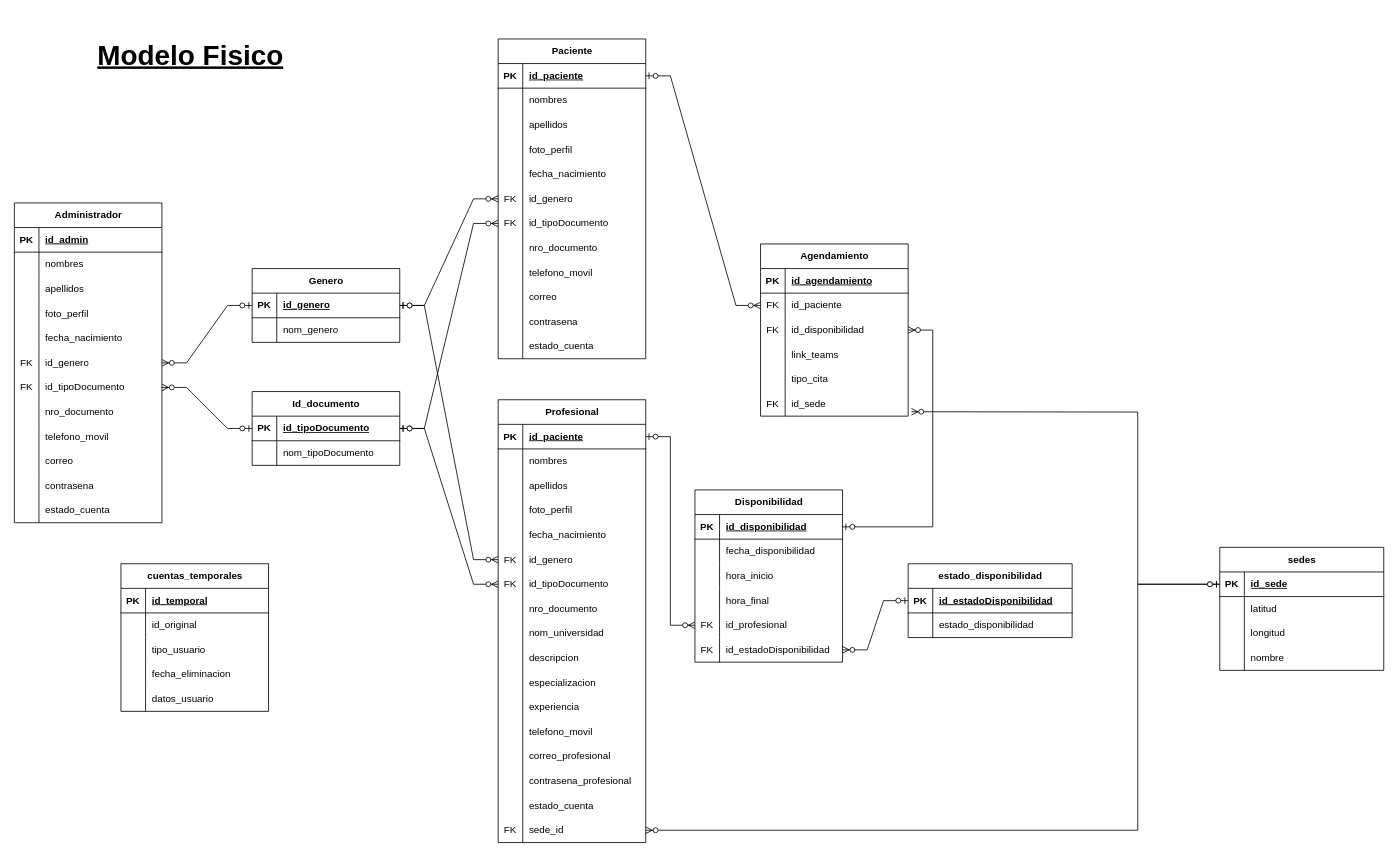
The draw.io diagram page "modelo_fisico" (3 of 3) of model.drawio in kevinlixx/kuhtone, before the edit. Source tidied: cells renumbered, new cells numbered last; positions are measured from the earlier drawing's top-left corner, leaving out a move shared by most shapes. Both pictures are drawn from the tidied source at 82%, with x=0, y=0 at pixel (14, 14).
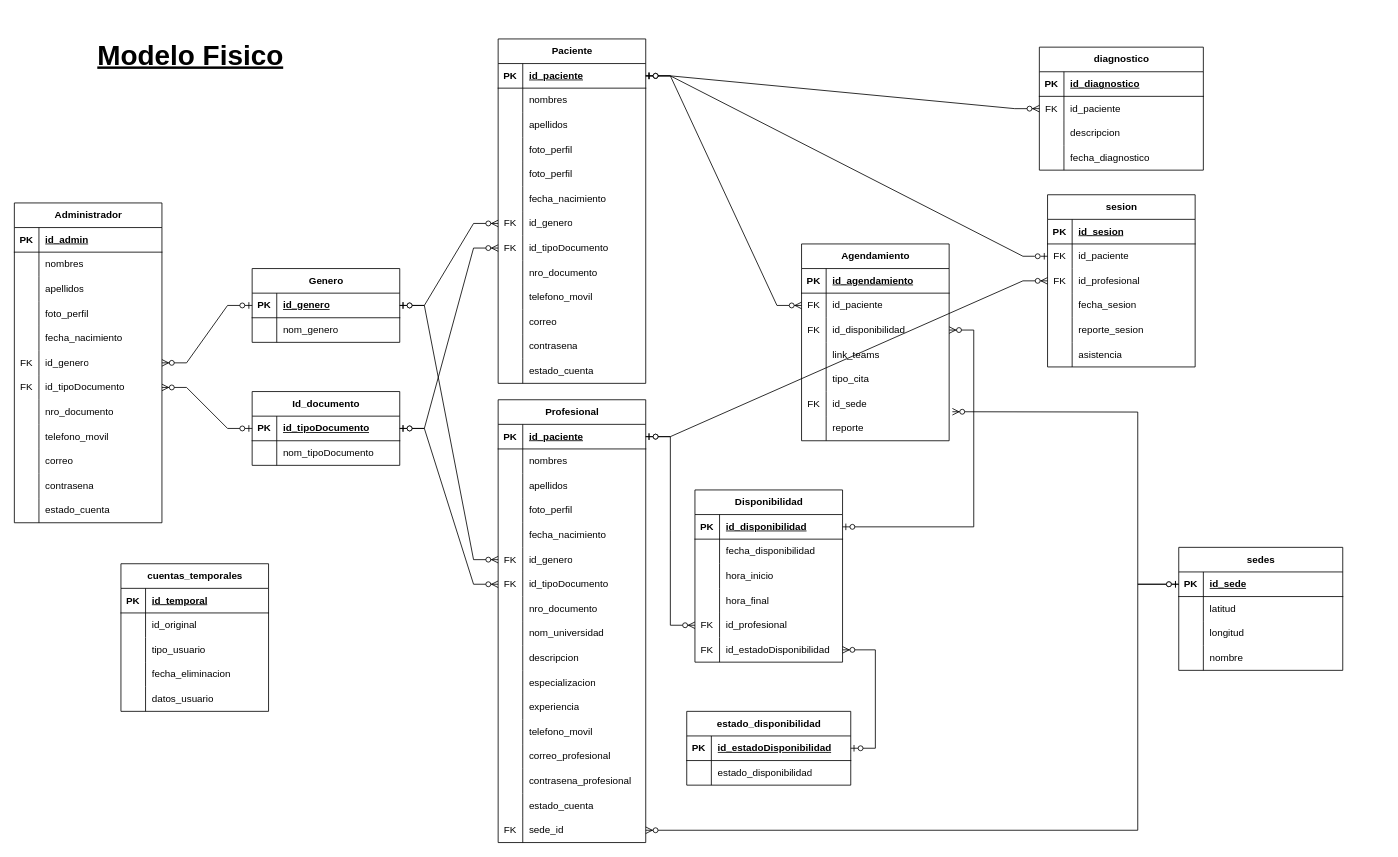
Above is the later version.

Commit message (it also covers changes not shown here):
Adición de tablas de sesion y diagnostico en modelos ademas de atributo reporte en tabla agendamiento

Unchanged cells that the change refers to:
```xml
<mxCell id="3" style="shape=tableRow;horizontal=0;startSize=0;swimlaneHead=0;swimlaneBody=0;fillColor=none;points=[[0,0.5],[1,0.5]];portConstraint=eastwest;top=0;left=0;right=0;bottom=1;" parent="2" vertex="1">
  <mxGeometry y="30" width="180" height="30" as="geometry" />
</mxCell>
<mxCell id="84" style="shape=tableRow;horizontal=0;startSize=0;swimlaneHead=0;swimlaneBody=0;fillColor=none;points=[[0,0.5],[1,0.5]];portConstraint=eastwest;top=0;left=0;right=0;bottom=0;" parent="68" vertex="1">
  <mxGeometry y="180" width="180" height="30" as="geometry" />
</mxCell>
<mxCell id="88" style="shape=tableRow;horizontal=0;startSize=0;swimlaneHead=0;swimlaneBody=0;fillColor=none;points=[[0,0.5],[1,0.5]];portConstraint=eastwest;top=0;left=0;right=0;bottom=1;" parent="87" vertex="1">
  <mxGeometry y="30" width="200" height="30" as="geometry" />
</mxCell>
<mxCell id="153" style="shape=tableRow;horizontal=0;startSize=0;swimlaneHead=0;swimlaneBody=0;fillColor=none;points=[[0,0.5],[1,0.5]];portConstraint=eastwest;top=0;left=0;right=0;bottom=1;" parent="152" vertex="1">
  <mxGeometry y="30" width="180" height="30" as="geometry" />
</mxCell>
```

Change to the diagram source:
```diff
@@
     <mxCell id="87" value="estado_disponibilidad" style="shape=table;startSize=30;childLayout=tableLayout;rowLines=0;fontStyle=1;align=center;html=1;" parent="1" vertex="1">
-      <mxGeometry x="1090" y="670" width="200" height="90" as="geometry" />
+      <mxGeometry x="820" y="850" width="200" height="90" as="geometry" />
     </mxCell>
@@
     <mxCell id="131" value="Agendamiento" style="shape=table;startSize=30;childLayout=tableLayout;rowLines=0;fontStyle=1;align=center;html=1;" parent="1" vertex="1">
-      <mxGeometry x="910" y="280" width="180" height="210" as="geometry" />
+      <mxGeometry x="960" y="280" width="180" height="240" as="geometry" />
     </mxCell>
@@
+    <mxCell id="231" style="shape=tableRow;horizontal=0;startSize=0;swimlaneHead=0;swimlaneBody=0;fillColor=none;top=0;left=0;right=0;bottom=0;" parent="131" vertex="1">
+      <mxGeometry y="210" width="180" height="30" as="geometry" />
+    </mxCell>
+    <mxCell id="232" style="shape=partialRectangle;fillColor=none;top=0;left=0;bottom=0;right=0;overflow=hidden;whiteSpace=wrap;html=1;" parent="231" vertex="1">
+      <mxGeometry width="30" height="30" as="geometry" />
+    </mxCell>
+    <mxCell id="233" value="reporte" style="shape=partialRectangle;fillColor=none;top=0;left=0;bottom=0;right=0;align=left;spacingLeft=6;overflow=hidden;whiteSpace=wrap;html=1;" parent="231" vertex="1">
+      <mxGeometry x="30" width="150" height="30" as="geometry" />
+    </mxCell>
@@
     <mxCell id="152" value="Paciente" style="shape=table;startSize=30;childLayout=tableLayout;rowLines=0;fontStyle=1;align=center;html=1;" parent="1" vertex="1">
-      <mxGeometry x="590" y="30" width="180" height="390" as="geometry" />
+      <mxGeometry x="590" y="30" width="180" height="420" as="geometry" />
     </mxCell>
@@
+    <mxCell id="234" style="shape=tableRow;horizontal=0;startSize=0;swimlaneHead=0;swimlaneBody=0;fillColor=none;top=0;left=0;right=0;bottom=0;" parent="152" vertex="1">
+      <mxGeometry y="150" width="180" height="30" as="geometry" />
+    </mxCell>
+    <mxCell id="235" style="shape=partialRectangle;fillColor=none;top=0;left=0;bottom=0;right=0;overflow=hidden;whiteSpace=wrap;html=1;" parent="234" vertex="1">
+      <mxGeometry width="30" height="30" as="geometry" />
+    </mxCell>
+    <mxCell id="236" value="foto_perfil" style="shape=partialRectangle;fillColor=none;top=0;left=0;bottom=0;right=0;align=left;spacingLeft=6;overflow=hidden;whiteSpace=wrap;html=1;" parent="234" vertex="1">
+      <mxGeometry x="30" width="150" height="30" as="geometry" />
+    </mxCell>
     <mxCell id="165" style="shape=tableRow;horizontal=0;startSize=0;swimlaneHead=0;swimlaneBody=0;fillColor=none;top=0;left=0;right=0;bottom=0;" parent="152" vertex="1">
-      <mxGeometry y="150" width="180" height="30" as="geometry" />
+      <mxGeometry y="180" width="180" height="30" as="geometry" />
     </mxCell>
@@
     <mxCell id="168" style="shape=tableRow;horizontal=0;startSize=0;swimlaneHead=0;swimlaneBody=0;fillColor=none;points=[[0,0.5],[1,0.5]];portConstraint=eastwest;top=0;left=0;right=0;bottom=0;" parent="152" vertex="1">
-      <mxGeometry y="180" width="180" height="30" as="geometry" />
+      <mxGeometry y="210" width="180" height="30" as="geometry" />
     </mxCell>
@@
     <mxCell id="171" style="shape=tableRow;horizontal=0;startSize=0;swimlaneHead=0;swimlaneBody=0;fillColor=none;points=[[0,0.5],[1,0.5]];portConstraint=eastwest;top=0;left=0;right=0;bottom=0;" parent="152" vertex="1">
-      <mxGeometry y="210" width="180" height="30" as="geometry" />
+      <mxGeometry y="240" width="180" height="30" as="geometry" />
     </mxCell>
@@
     <mxCell id="174" style="shape=tableRow;horizontal=0;startSize=0;swimlaneHead=0;swimlaneBody=0;fillColor=none;top=0;left=0;right=0;bottom=0;" parent="152" vertex="1">
-      <mxGeometry y="240" width="180" height="30" as="geometry" />
+      <mxGeometry y="270" width="180" height="30" as="geometry" />
     </mxCell>
@@
     <mxCell id="177" style="shape=tableRow;horizontal=0;startSize=0;swimlaneHead=0;swimlaneBody=0;fillColor=none;top=0;left=0;right=0;bottom=0;" parent="152" vertex="1">
-      <mxGeometry y="270" width="180" height="30" as="geometry" />
+      <mxGeometry y="300" width="180" height="30" as="geometry" />
     </mxCell>
@@
     <mxCell id="180" style="shape=tableRow;horizontal=0;startSize=0;swimlaneHead=0;swimlaneBody=0;fillColor=none;top=0;left=0;right=0;bottom=0;" parent="152" vertex="1">
-      <mxGeometry y="300" width="180" height="30" as="geometry" />
+      <mxGeometry y="330" width="180" height="30" as="geometry" />
     </mxCell>
@@
     <mxCell id="183" style="shape=tableRow;horizontal=0;startSize=0;swimlaneHead=0;swimlaneBody=0;fillColor=none;top=0;left=0;right=0;bottom=0;" parent="152" vertex="1">
-      <mxGeometry y="330" width="180" height="30" as="geometry" />
+      <mxGeometry y="360" width="180" height="30" as="geometry" />
     </mxCell>
@@
     <mxCell id="186" style="shape=tableRow;horizontal=0;startSize=0;swimlaneHead=0;swimlaneBody=0;fillColor=none;top=0;left=0;right=0;bottom=0;" parent="152" vertex="1">
-      <mxGeometry y="360" width="180" height="30" as="geometry" />
+      <mxGeometry y="390" width="180" height="30" as="geometry" />
     </mxCell>
@@
-    <mxCell id="197" style="edgeStyle=entityRelationEdgeStyle;fontSize=12;html=1;endArrow=ERzeroToMany;startArrow=ERzeroToOne;rounded=0;entryX=1;entryY=0.5;entryDx=0;entryDy=0;exitX=0;exitY=0.5;exitDx=0;exitDy=0;" parent="1" edge="1" source="88" target="84">
+    <mxCell id="197" style="edgeStyle=entityRelationEdgeStyle;fontSize=12;html=1;endArrow=ERzeroToMany;startArrow=ERzeroToOne;rounded=0;entryX=1;entryY=0.5;entryDx=0;entryDy=0;" parent="1" edge="1" source="88" target="84">
       <mxGeometry relative="1" as="geometry" />
     </mxCell>
@@
     <mxCell id="216" value="sedes" style="shape=table;startSize=30;childLayout=tableLayout;rowLines=0;fontStyle=1;align=center;html=1;" parent="1" vertex="1">
-      <mxGeometry x="1470" y="650" width="200" height="150" as="geometry" />
+      <mxGeometry x="1420" y="650" width="200" height="150" as="geometry" />
     </mxCell>
@@
+    <mxCell id="237" style="fontSize=12;html=1;endArrow=ERzeroToMany;startArrow=ERzeroToOne;rounded=0;exitX=1;exitY=0.5;exitDx=0;exitDy=0;entryX=0;entryY=0.5;entryDx=0;entryDy=0;edgeStyle=entityRelationEdgeStyle;" parent="1" edge="1" source="3" target="246">
+      <mxGeometry relative="1" as="geometry" />
+    </mxCell>
+    <mxCell id="238" style="edgeStyle=entityRelationEdgeStyle;fontSize=12;html=1;endArrow=ERzeroToOne;startArrow=ERzeroToOne;rounded=0;exitX=1;exitY=0.5;exitDx=0;exitDy=0;entryX=0;entryY=0.5;entryDx=0;entryDy=0;endFill=0;" parent="1" edge="1" source="153" target="243">
+      <mxGeometry relative="1" as="geometry" />
+    </mxCell>
+    <mxCell id="239" value="sesion" style="shape=table;startSize=30;childLayout=tableLayout;rowLines=0;fontStyle=1;align=center;html=1;" parent="1" vertex="1">
+      <mxGeometry x="1260" y="220" width="180" height="210" as="geometry" />
+    </mxCell>
+    <mxCell id="240" style="shape=tableRow;horizontal=0;startSize=0;swimlaneHead=0;swimlaneBody=0;fillColor=none;top=0;left=0;right=0;bottom=1;" parent="239" vertex="1">
+      <mxGeometry y="30" width="180" height="30" as="geometry" />
+    </mxCell>
+    <mxCell id="241" value="PK" style="shape=partialRectangle;fillColor=none;top=0;left=0;bottom=0;right=0;fontStyle=1;overflow=hidden;whiteSpace=wrap;html=1;" parent="240" vertex="1">
+      <mxGeometry width="30" height="30" as="geometry" />
+    </mxCell>
+    <mxCell id="242" value="id_sesion" style="shape=partialRectangle;fillColor=none;top=0;left=0;bottom=0;right=0;align=left;spacingLeft=6;fontStyle=5;overflow=hidden;whiteSpace=wrap;html=1;" parent="240" vertex="1">
+      <mxGeometry x="30" width="150" height="30" as="geometry" />
+    </mxCell>
+    <mxCell id="243" style="shape=tableRow;horizontal=0;startSize=0;swimlaneHead=0;swimlaneBody=0;fillColor=none;points=[[0,0.5],[1,0.5]];portConstraint=eastwest;top=0;left=0;right=0;bottom=0;" parent="239" vertex="1">
+      <mxGeometry y="60" width="180" height="30" as="geometry" />
+    </mxCell>
+    <mxCell id="244" value="FK" style="shape=partialRectangle;fillColor=none;top=0;left=0;bottom=0;right=0;overflow=hidden;whiteSpace=wrap;html=1;" parent="243" vertex="1">
+      <mxGeometry width="30" height="30" as="geometry" />
+    </mxCell>
+    <mxCell id="245" value="id_paciente" style="shape=partialRectangle;fillColor=none;top=0;left=0;bottom=0;right=0;align=left;spacingLeft=6;overflow=hidden;whiteSpace=wrap;html=1;" parent="243" vertex="1">
+      <mxGeometry x="30" width="150" height="30" as="geometry" />
+    </mxCell>
+    <mxCell id="246" style="shape=tableRow;horizontal=0;startSize=0;swimlaneHead=0;swimlaneBody=0;fillColor=none;points=[[0,0.5],[1,0.5]];portConstraint=eastwest;top=0;left=0;right=0;bottom=0;" parent="239" vertex="1">
+      <mxGeometry y="90" width="180" height="30" as="geometry" />
+    </mxCell>
+    <mxCell id="247" value="FK" style="shape=partialRectangle;fillColor=none;top=0;left=0;bottom=0;right=0;overflow=hidden;whiteSpace=wrap;html=1;" parent="246" vertex="1">
+      <mxGeometry width="30" height="30" as="geometry" />
+    </mxCell>
+    <mxCell id="248" value="id_profesional" style="shape=partialRectangle;fillColor=none;top=0;left=0;bottom=0;right=0;align=left;spacingLeft=6;overflow=hidden;whiteSpace=wrap;html=1;" parent="246" vertex="1">
+      <mxGeometry x="30" width="150" height="30" as="geometry" />
+    </mxCell>
+    <mxCell id="249" style="shape=tableRow;horizontal=0;startSize=0;swimlaneHead=0;swimlaneBody=0;fillColor=none;top=0;left=0;right=0;bottom=0;" parent="239" vertex="1">
+      <mxGeometry y="120" width="180" height="30" as="geometry" />
+    </mxCell>
+    <mxCell id="250" style="shape=partialRectangle;fillColor=none;top=0;left=0;bottom=0;right=0;overflow=hidden;whiteSpace=wrap;html=1;" parent="249" vertex="1">
+      <mxGeometry width="30" height="30" as="geometry" />
+    </mxCell>
+    <mxCell id="251" value="fecha_sesion" style="shape=partialRectangle;fillColor=none;top=0;left=0;bottom=0;right=0;align=left;spacingLeft=6;overflow=hidden;whiteSpace=wrap;html=1;" parent="249" vertex="1">
+      <mxGeometry x="30" width="150" height="30" as="geometry" />
+    </mxCell>
+    <mxCell id="252" style="shape=tableRow;horizontal=0;startSize=0;swimlaneHead=0;swimlaneBody=0;fillColor=none;top=0;left=0;right=0;bottom=0;" parent="239" vertex="1">
+      <mxGeometry y="150" width="180" height="30" as="geometry" />
+    </mxCell>
+    <mxCell id="253" style="shape=partialRectangle;fillColor=none;top=0;left=0;bottom=0;right=0;overflow=hidden;whiteSpace=wrap;html=1;" parent="252" vertex="1">
+      <mxGeometry width="30" height="30" as="geometry" />
+    </mxCell>
+    <mxCell id="254" value="reporte_sesion" style="shape=partialRectangle;fillColor=none;top=0;left=0;bottom=0;right=0;align=left;spacingLeft=6;overflow=hidden;whiteSpace=wrap;html=1;" parent="252" vertex="1">
+      <mxGeometry x="30" width="150" height="30" as="geometry" />
+    </mxCell>
+    <mxCell id="255" style="shape=tableRow;horizontal=0;startSize=0;swimlaneHead=0;swimlaneBody=0;fillColor=none;top=0;left=0;right=0;bottom=0;" parent="239" vertex="1">
+      <mxGeometry y="180" width="180" height="30" as="geometry" />
+    </mxCell>
+    <mxCell id="256" style="shape=partialRectangle;fillColor=none;top=0;left=0;bottom=0;right=0;overflow=hidden;whiteSpace=wrap;html=1;" parent="255" vertex="1">
+      <mxGeometry width="30" height="30" as="geometry" />
+    </mxCell>
+    <mxCell id="257" value="asistencia" style="shape=partialRectangle;fillColor=none;top=0;left=0;bottom=0;right=0;align=left;spacingLeft=6;overflow=hidden;whiteSpace=wrap;html=1;" parent="255" vertex="1">
+      <mxGeometry x="30" width="150" height="30" as="geometry" />
+    </mxCell>
+    <mxCell id="258" value="diagnostico" style="shape=table;startSize=30;childLayout=tableLayout;rowLines=0;fontStyle=1;align=center;html=1;" parent="1" vertex="1">
+      <mxGeometry x="1250" y="40" width="200" height="150" as="geometry" />
+    </mxCell>
+    <mxCell id="259" style="shape=tableRow;horizontal=0;startSize=0;swimlaneHead=0;swimlaneBody=0;fillColor=none;top=0;left=0;right=0;bottom=1;" parent="258" vertex="1">
+      <mxGeometry y="30" width="200" height="30" as="geometry" />
+    </mxCell>
+    <mxCell id="260" value="PK" style="shape=partialRectangle;fillColor=none;top=0;left=0;bottom=0;right=0;fontStyle=1;overflow=hidden;whiteSpace=wrap;html=1;" parent="259" vertex="1">
+      <mxGeometry width="30" height="30" as="geometry" />
+    </mxCell>
+    <mxCell id="261" value="id_diagnostico" style="shape=partialRectangle;fillColor=none;top=0;left=0;bottom=0;right=0;align=left;spacingLeft=6;fontStyle=5;overflow=hidden;whiteSpace=wrap;html=1;" parent="259" vertex="1">
+      <mxGeometry x="30" width="170" height="30" as="geometry" />
+    </mxCell>
+    <mxCell id="262" style="shape=tableRow;horizontal=0;startSize=0;swimlaneHead=0;swimlaneBody=0;fillColor=none;points=[[0,0.5],[1,0.5]];portConstraint=eastwest;top=0;left=0;right=0;bottom=0;" parent="258" vertex="1">
+      <mxGeometry y="60" width="200" height="30" as="geometry" />
+    </mxCell>
+    <mxCell id="263" value="FK" style="shape=partialRectangle;fillColor=none;top=0;left=0;bottom=0;right=0;overflow=hidden;whiteSpace=wrap;html=1;" parent="262" vertex="1">
+      <mxGeometry width="30" height="30" as="geometry" />
+    </mxCell>
+    <mxCell id="264" value="id_paciente" style="shape=partialRectangle;fillColor=none;top=0;left=0;bottom=0;right=0;align=left;spacingLeft=6;overflow=hidden;whiteSpace=wrap;html=1;" parent="262" vertex="1">
+      <mxGeometry x="30" width="170" height="30" as="geometry" />
+    </mxCell>
+    <mxCell id="265" style="shape=tableRow;horizontal=0;startSize=0;swimlaneHead=0;swimlaneBody=0;fillColor=none;top=0;left=0;right=0;bottom=0;" parent="258" vertex="1">
+      <mxGeometry y="90" width="200" height="30" as="geometry" />
+    </mxCell>
+    <mxCell id="266" style="shape=partialRectangle;fillColor=none;top=0;left=0;bottom=0;right=0;overflow=hidden;whiteSpace=wrap;html=1;" parent="265" vertex="1">
+      <mxGeometry width="30" height="30" as="geometry" />
+    </mxCell>
+    <mxCell id="267" value="descripcion" style="shape=partialRectangle;fillColor=none;top=0;left=0;bottom=0;right=0;align=left;spacingLeft=6;overflow=hidden;whiteSpace=wrap;html=1;" parent="265" vertex="1">
+      <mxGeometry x="30" width="170" height="30" as="geometry" />
+    </mxCell>
+    <mxCell id="268" style="shape=tableRow;horizontal=0;startSize=0;swimlaneHead=0;swimlaneBody=0;fillColor=none;top=0;left=0;right=0;bottom=0;" parent="258" vertex="1">
+      <mxGeometry y="120" width="200" height="30" as="geometry" />
+    </mxCell>
+    <mxCell id="269" style="shape=partialRectangle;fillColor=none;top=0;left=0;bottom=0;right=0;overflow=hidden;whiteSpace=wrap;html=1;" parent="268" vertex="1">
+      <mxGeometry width="30" height="30" as="geometry" />
+    </mxCell>
+    <mxCell id="270" value="fecha_diagnostico" style="shape=partialRectangle;fillColor=none;top=0;left=0;bottom=0;right=0;align=left;spacingLeft=6;overflow=hidden;whiteSpace=wrap;html=1;" parent="268" vertex="1">
+      <mxGeometry x="30" width="170" height="30" as="geometry" />
+    </mxCell>
+    <mxCell id="271" style="edgeStyle=entityRelationEdgeStyle;fontSize=12;html=1;endArrow=ERzeroToMany;startArrow=ERzeroToOne;rounded=0;exitX=1;exitY=0.5;exitDx=0;exitDy=0;" parent="1" edge="1" source="153" target="262">
+      <mxGeometry relative="1" as="geometry" />
+    </mxCell>
```
